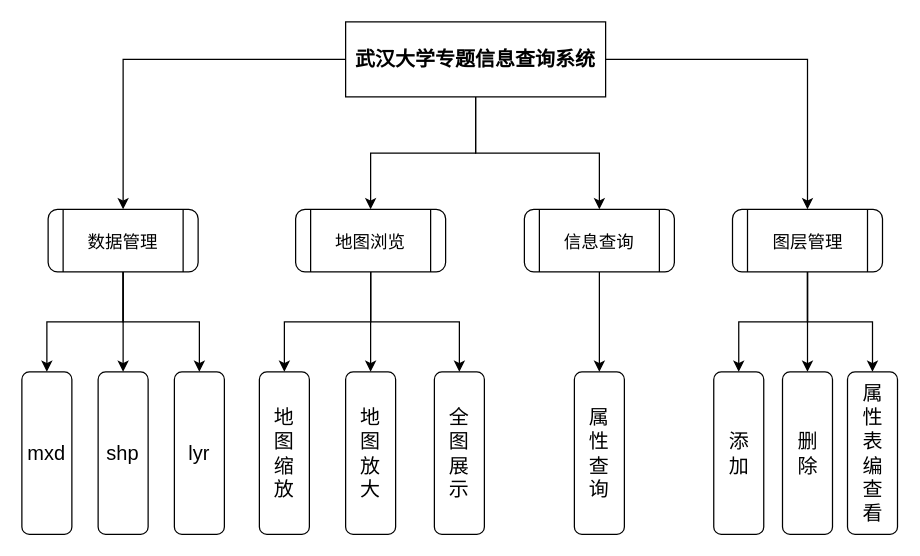
Before: Tian 功能.drawio in Civitasv/process, a draw.io diagram. Source tidied: cells renumbered, new cells numbered last; positions are measured from the earlier drawing's top-left corner, leaving out a move shared by most shapes. Both pictures are drawn from the tidied source at 125%, with x=0, y=0 at pixel (21, 21).
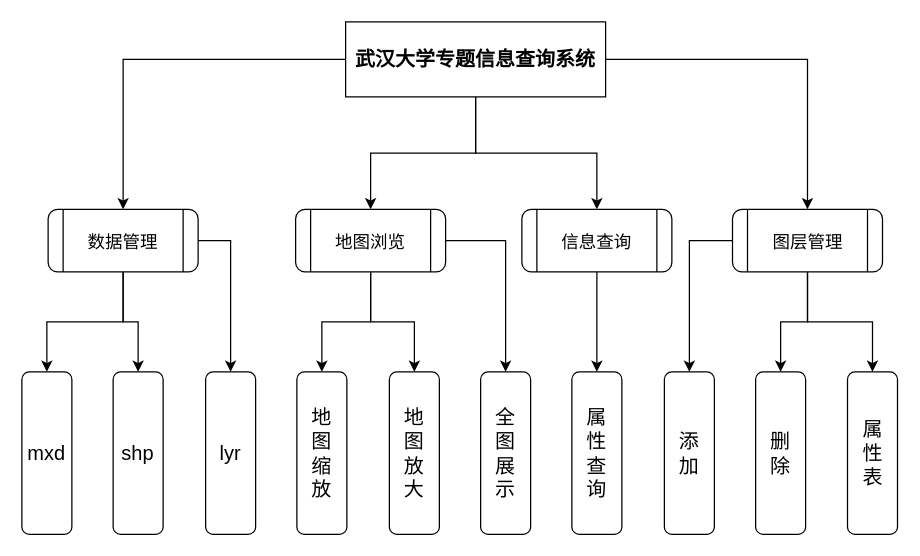
The same diagram, later.

Change to the diagram source:
```diff
@@
     <mxCell id="16" value="&lt;span style=&quot;font-weight: normal&quot;&gt;&lt;font style=&quot;font-size: 14px&quot;&gt;信息查询&lt;/font&gt;&lt;/span&gt;" style="shape=process;whiteSpace=wrap;html=1;backgroundOutline=1;rounded=1;fontSize=16;flipH=1;" parent="1" vertex="1">
-      <mxGeometry x="402" y="150" width="120" height="50" as="geometry" />
+      <mxGeometry x="400" y="150" width="120" height="50" as="geometry" />
     </mxCell>
@@
     <mxCell id="22" value="shp" style="rounded=1;whiteSpace=wrap;html=1;fontSize=16;" parent="1" vertex="1">
-      <mxGeometry x="61" y="280" width="40" height="130" as="geometry" />
+      <mxGeometry x="73" y="280" width="40" height="130" as="geometry" />
     </mxCell>
     <mxCell id="23" value="lyr" style="rounded=1;whiteSpace=wrap;html=1;fontSize=16;" parent="1" vertex="1">
-      <mxGeometry x="122" y="280" width="40" height="130" as="geometry" />
+      <mxGeometry x="147" y="280" width="40" height="130" as="geometry" />
     </mxCell>
     <mxCell id="24" value="地&lt;br&gt;图&lt;br&gt;缩&lt;br&gt;放" style="rounded=1;whiteSpace=wrap;html=1;fontSize=16;" parent="1" vertex="1">
-      <mxGeometry x="190" y="280" width="40" height="130" as="geometry" />
+      <mxGeometry x="220" y="280" width="40" height="130" as="geometry" />
     </mxCell>
     <mxCell id="25" value="地&lt;br&gt;图&lt;br&gt;放&lt;br&gt;大" style="rounded=1;whiteSpace=wrap;html=1;fontSize=16;" parent="1" vertex="1">
-      <mxGeometry x="259" y="280" width="40" height="130" as="geometry" />
+      <mxGeometry x="294" y="280" width="40" height="130" as="geometry" />
     </mxCell>
     <mxCell id="26" value="全&lt;br&gt;图&lt;br&gt;展&lt;br&gt;示" style="rounded=1;whiteSpace=wrap;html=1;fontSize=16;" parent="1" vertex="1">
-      <mxGeometry x="330" y="280" width="40" height="130" as="geometry" />
+      <mxGeometry x="367" y="280" width="40" height="130" as="geometry" />
     </mxCell>
     <mxCell id="27" value="属&lt;br&gt;性&lt;br&gt;查&lt;br&gt;询" style="rounded=1;whiteSpace=wrap;html=1;fontSize=16;" parent="1" vertex="1">
-      <mxGeometry x="442" y="280" width="40" height="130" as="geometry" />
+      <mxGeometry x="440" y="280" width="40" height="130" as="geometry" />
     </mxCell>
     <mxCell id="28" value="添&lt;br&gt;加" style="rounded=1;whiteSpace=wrap;html=1;fontSize=16;" parent="1" vertex="1">
-      <mxGeometry x="553.5" y="280" width="40" height="130" as="geometry" />
+      <mxGeometry x="514" y="280" width="40" height="130" as="geometry" />
     </mxCell>
     <mxCell id="29" value="删&lt;br&gt;除" style="rounded=1;whiteSpace=wrap;html=1;fontSize=16;" parent="1" vertex="1">
-      <mxGeometry x="608.5" y="280" width="40" height="130" as="geometry" />
+      <mxGeometry x="587" y="280" width="40" height="130" as="geometry" />
     </mxCell>
-    <mxCell id="30" value="属&lt;br&gt;性&lt;br&gt;表&lt;br&gt;编&lt;br&gt;查&lt;br&gt;看" style="rounded=1;whiteSpace=wrap;html=1;fontSize=16;" parent="1" vertex="1">
+    <mxCell id="30" value="属&lt;br&gt;性&lt;br&gt;表" style="rounded=1;whiteSpace=wrap;html=1;fontSize=16;" parent="1" vertex="1">
       <mxGeometry x="660.5" y="280" width="40" height="130" as="geometry" />
     </mxCell>
```
